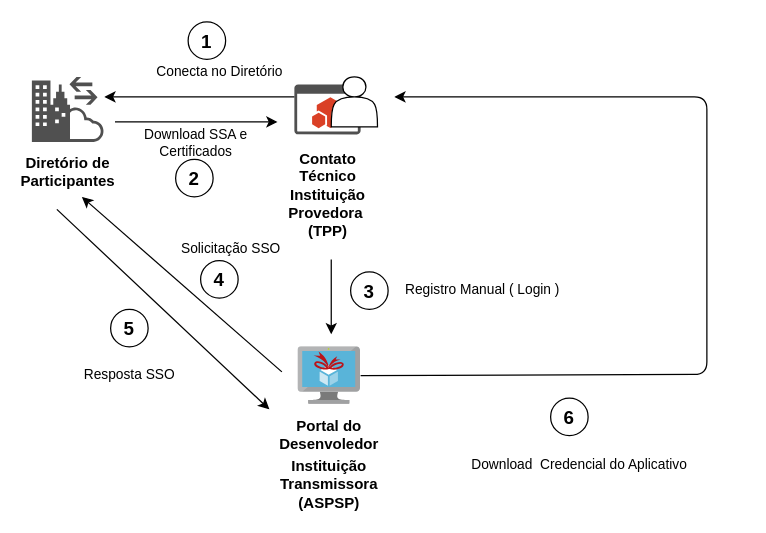
OpenBanking-Brasil/areadesenvolvedor keeps this draw.io diagram as draw_io_diagrams/security/RegistroPortalDesenvolvedor.drawio. Above is the earlier version. Source tidied: cells renumbered, new cells numbered last; positions are measured from the earlier drawing's top-left corner, leaving out a move shared by most shapes. Both pictures are drawn from the tidied source at 125%, with x=0, y=0 at pixel (31, 21).
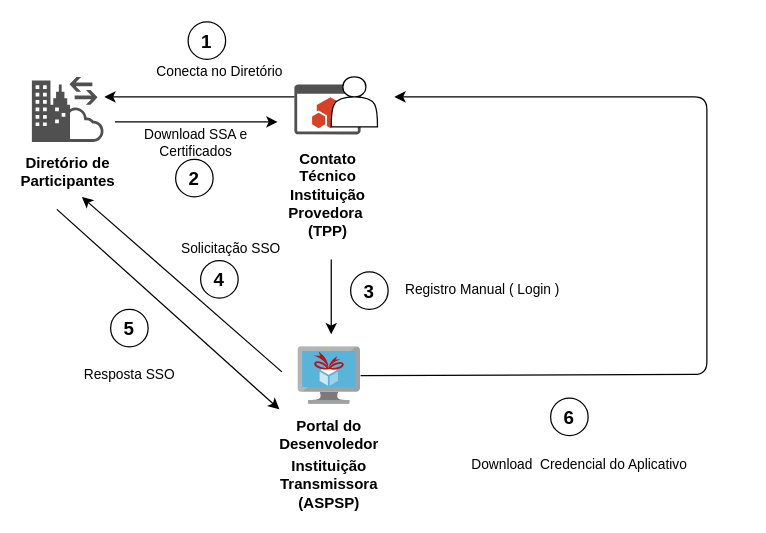
After the change.

Unchanged cells that the change refers to:
```xml
<mxCell id="2" style="group;" parent="1" vertex="1">
  <mxGeometry width="570" height="310" as="geometry" />
</mxCell>
<mxCell id="36" value="Portal do Desenvoledor" style="text;whiteSpace=wrap;html=1;align=center;fontStyle=1;" parent="1" vertex="1">
  <mxGeometry x="198" y="310" width="80" height="30" as="geometry" />
</mxCell>
```

Diff of the diagram source:
```diff
@@
-    <mxCell id="31" style="endArrow=classic;html=1;" parent="2" edge="1">
+    <mxCell id="31" style="endArrow=classic;html=1;entryX=0;entryY=0;entryDx=0;entryDy=0;" parent="2" edge="1" target="36">
       <mxGeometry relative="1" as="geometry">
         <mxPoint x="20" y="150" as="sourcePoint" />
-        <mxPoint x="190" y="310" as="targetPoint" />
       </mxGeometry>
     </mxCell>
```
